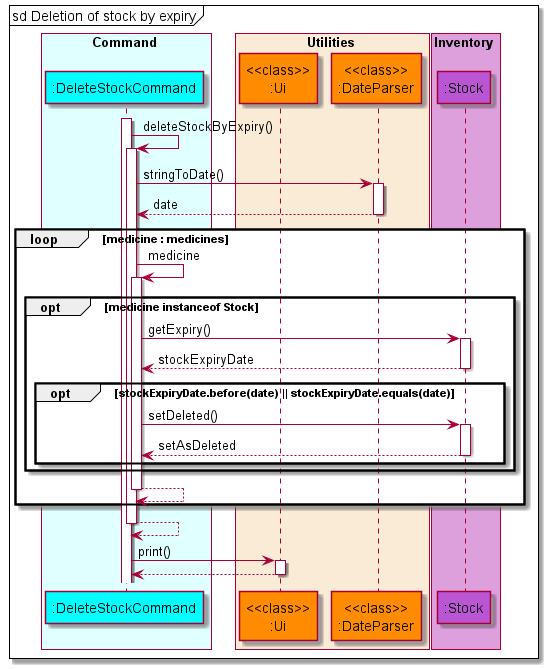
Before: docs/diagrams/diagram_images/DeletionOfStockByExpirySequenceDiagram.png, a diagram exported from PlantUML (nus-cs2113-AY2122S1/tp).
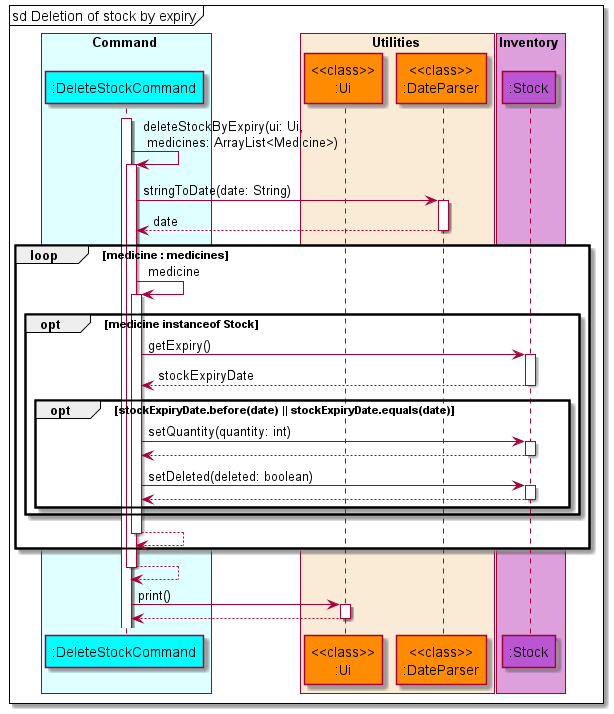
After the commit.

What changed in the source:
```diff
@@ -18,8 +18,8 @@
 autoactivate on
 mainFrame sd Deletion of stock by expiry
 activate deleteStock
-deleteStock -> deleteStock: deleteStockByExpiry()
-deleteStock -> dateParser : stringToDate()
+deleteStock -> deleteStock: deleteStockByExpiry(ui: Ui,\n medicines: ArrayList<Medicine>)
+deleteStock -> dateParser : stringToDate(date: String)
 deleteStock <-- dateParser : date
 loop medicine : medicines
     deleteStock -> deleteStock : medicine
@@ -27,8 +27,10 @@
         deleteStock -> stock : getExpiry()
         deleteStock <-- stock : stockExpiryDate
         opt stockExpiryDate.before(date) || stockExpiryDate.equals(date)
-            deleteStock -> stock : setDeleted()
-            deleteStock <-- stock : setAsDeleted
+            deleteStock -> stock : setQuantity(quantity: int)
+            deleteStock <-- stock
+            deleteStock -> stock : setDeleted(deleted: boolean)
+            deleteStock <-- stock
         end
     end
     deleteStock --> deleteStock
```
